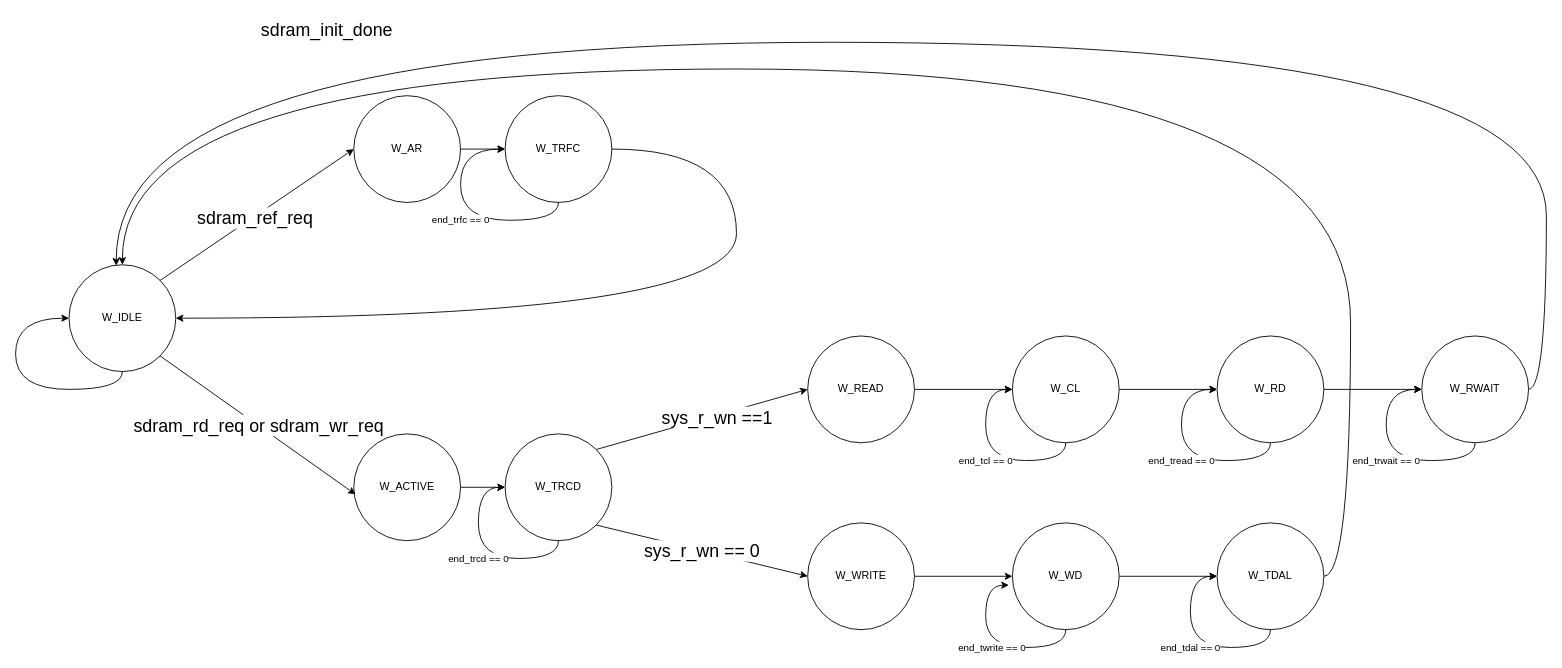
Before: hardware/sdram_states.drawio in Manistein/let-us-build-a-computer-system, a draw.io diagram. Source tidied: cells renumbered, new cells numbered last; positions are measured from the earlier drawing's top-left corner, leaving out a move shared by most shapes. Both pictures are drawn from the tidied source at 89%, with x=0, y=0 at pixel (15, 15).
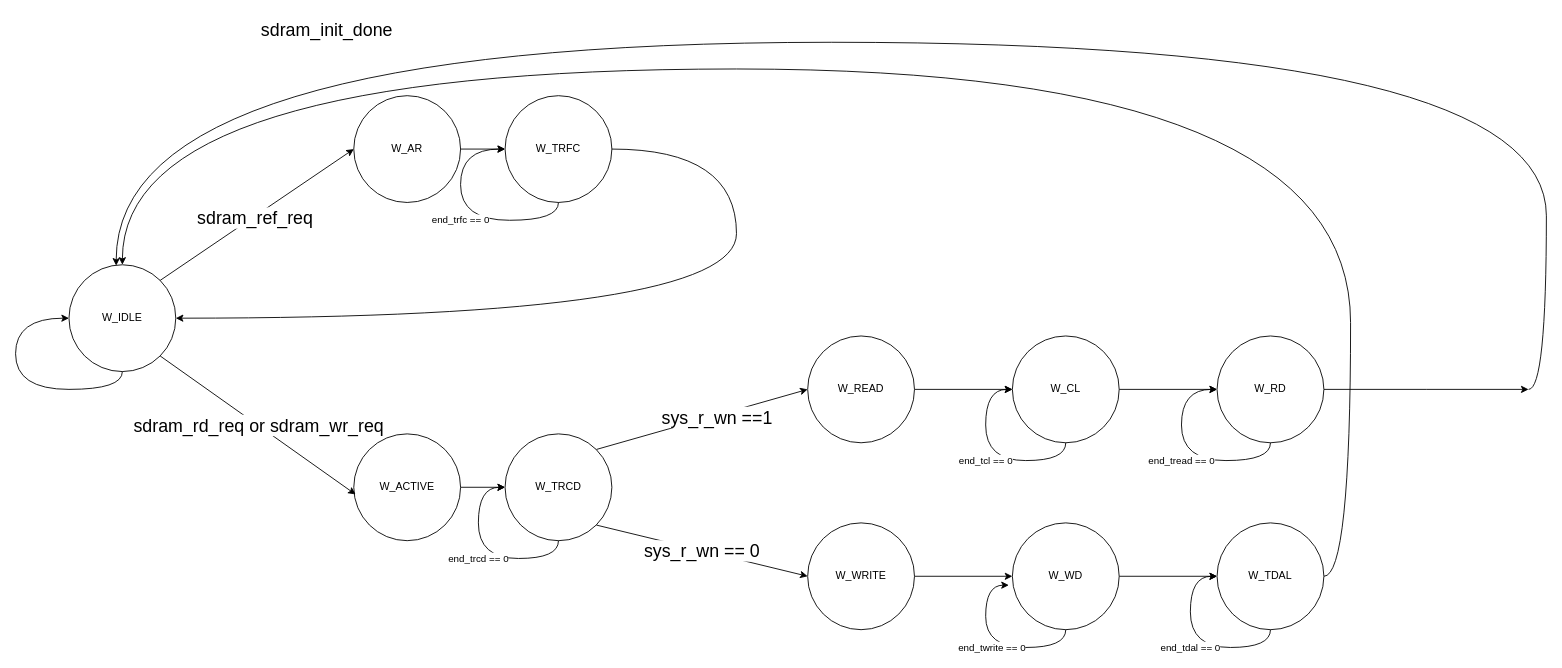
The same page after the edit.

Unchanged cells that the change refers to:
```xml
<mxCell id="2" value="W_IDLE" style="ellipse;whiteSpace=wrap;html=1;" parent="1" vertex="1">
  <mxGeometry x="60" y="280" width="120" height="120" as="geometry" />
</mxCell>
<mxCell id="25" value="W_RD" style="ellipse;whiteSpace=wrap;html=1;" parent="1" vertex="1">
  <mxGeometry x="1350" y="360" width="120" height="120" as="geometry" />
</mxCell>
```

Change to the diagram source:
```diff
@@
-    <mxCell id="24" style="edgeStyle=orthogonalEdgeStyle;rounded=0;jettySize=auto;html=1;exitX=1;exitY=0.5;exitDx=0;exitDy=0;" parent="1" edge="1" source="25" target="28">
-      <mxGeometry relative="1" as="geometry" />
+    <mxCell id="24" style="edgeStyle=orthogonalEdgeStyle;rounded=0;jettySize=auto;html=1;exitX=1;exitY=0.5;exitDx=0;exitDy=0;" parent="1" edge="1" source="25">
+      <mxGeometry relative="1" as="geometry">
+        <mxPoint x="1700" y="420" as="targetPoint" />
+      </mxGeometry>
     </mxCell>
@@
-    <mxCell id="27" style="edgeStyle=orthogonalEdgeStyle;rounded=0;jettySize=auto;html=1;exitX=1;exitY=0.5;exitDx=0;exitDy=0;entryX=0.442;entryY=0.008;entryDx=0;entryDy=0;entryPerimeter=0;curved=1;" parent="1" edge="1" source="28" target="2">
+    <mxCell id="27" style="edgeStyle=orthogonalEdgeStyle;rounded=0;jettySize=auto;html=1;exitX=1;exitY=0.5;exitDx=0;exitDy=0;entryX=0.442;entryY=0.008;entryDx=0;entryDy=0;entryPerimeter=0;curved=1;" parent="1" edge="1" target="2">
       <mxGeometry relative="1" as="geometry">
+        <mxPoint x="1700" y="420" as="sourcePoint" />
         <Array as="points">
           <mxPoint x="1720" y="420" />
           <mxPoint x="1720" y="30" />
           <mxPoint x="113" y="30" />
         </Array>
       </mxGeometry>
     </mxCell>
-    <mxCell id="28" value="W_RWAIT" style="ellipse;whiteSpace=wrap;html=1;" parent="1" vertex="1">
-      <mxGeometry x="1580" y="360" width="120" height="120" as="geometry" />
-    </mxCell>
-    <mxCell id="29" value="end_trwait == 0" style="edgeStyle=orthogonalEdgeStyle;rounded=0;orthogonalLoop=1;jettySize=auto;html=1;exitX=0.5;exitY=1;exitDx=0;exitDy=0;entryX=0;entryY=0.5;entryDx=0;entryDy=0;curved=1;" parent="1" edge="1" source="28" target="28">
-      <mxGeometry relative="1" as="geometry">
-        <Array as="points">
-          <mxPoint x="1640" y="500" />
-          <mxPoint x="1540" y="500" />
-          <mxPoint x="1540" y="420" />
-        </Array>
-      </mxGeometry>
-    </mxCell>
```
